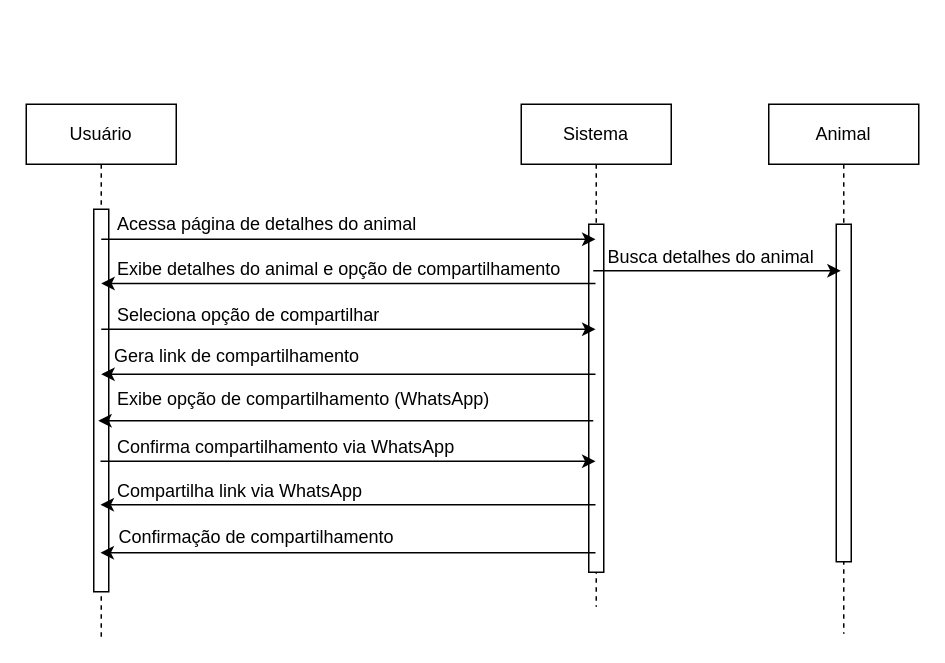
Before: Diagrama de Sequência(RF009).drawio in JoaoGans/DRAW.tcc, a draw.io diagram. Source tidied: cells renumbered, new cells numbered last; positions are measured from the earlier drawing's top-left corner, leaving out a move shared by most shapes. Both pictures are drawn from the tidied source at 150%, with x=0, y=0 at pixel (26, 104).
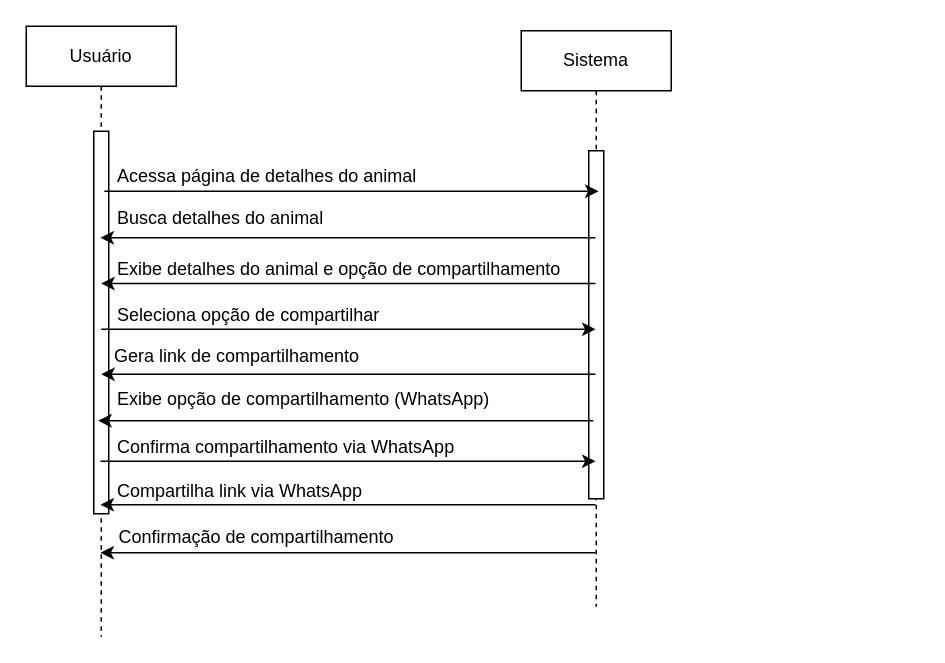
Above is the later version.

What changed in the source:
```diff
@@
     <mxCell id="2" value="Usuário" style="shape=umlLifeline;perimeter=lifelinePerimeter;whiteSpace=wrap;html=1;newEdgeStyle={&quot;edgeStyle&quot;:&quot;elbowEdgeStyle&quot;,&quot;elbow&quot;:&quot;vertical&quot;,&quot;curved&quot;:0,&quot;rounded&quot;:0};" parent="1" vertex="1">
-      <mxGeometry width="100" height="355" as="geometry" />
+      <mxGeometry y="-52" width="100" height="407" as="geometry" />
     </mxCell>
@@
     <mxCell id="4" value="Sistema" style="shape=umlLifeline;perimeter=lifelinePerimeter;whiteSpace=wrap;html=1;outlineConnect=0;portConstraint=eastwest;newEdgeStyle={&quot;edgeStyle&quot;:&quot;elbowEdgeStyle&quot;,&quot;elbow&quot;:&quot;vertical&quot;,&quot;curved&quot;:0,&quot;rounded&quot;:0};" parent="1" vertex="1">
-      <mxGeometry x="330" width="100" height="335" as="geometry" />
+      <mxGeometry x="330" y="-49" width="100" height="384" as="geometry" />
     </mxCell>
@@
-    <mxCell id="6" style="endArrow=classic;html=1;rounded=0;" parent="1" edge="1" target="4">
+    <mxCell id="6" style="endArrow=classic;html=1;rounded=0;" parent="1" edge="1">
       <mxGeometry relative="1" as="geometry">
-        <mxPoint x="50" y="90" as="sourcePoint" />
+        <mxPoint x="52" y="58" as="sourcePoint" />
+        <mxPoint x="381.5" y="58" as="targetPoint" />
       </mxGeometry>
     </mxCell>
@@
     <mxCell id="8" value="Acessa página de detalhes do animal" style="text;whiteSpace=wrap;html=1;" parent="1" vertex="1">
-      <mxGeometry x="59" y="66" width="212" height="24" as="geometry" />
+      <mxGeometry x="59" y="34" width="212" height="24" as="geometry" />
     </mxCell>
@@
-    <mxCell id="16" value="Animal" style="shape=umlLifeline;perimeter=lifelinePerimeter;whiteSpace=wrap;html=1;newEdgeStyle={&quot;edgeStyle&quot;:&quot;elbowEdgeStyle&quot;,&quot;elbow&quot;:&quot;vertical&quot;,&quot;curved&quot;:0,&quot;rounded&quot;:0};" parent="1" vertex="1">
-      <mxGeometry x="495" width="100" height="353" as="geometry" />
-    </mxCell>
-    <mxCell id="17" style="html=1;perimeter=orthogonalPerimeter;targetShapes=umlLifeline;newEdgeStyle={&quot;edgeStyle&quot;:&quot;elbowEdgeStyle&quot;,&quot;elbow&quot;:&quot;vertical&quot;,&quot;curved&quot;:0,&quot;rounded&quot;:0};" parent="16" vertex="1">
-      <mxGeometry x="45" y="80" width="10" height="225" as="geometry" />
-    </mxCell>
     <mxCell id="18" value="Busca detalhes do animal" style="text;whiteSpace=wrap;" parent="1" vertex="1">
-      <mxGeometry x="386" y="88" width="165" height="36" as="geometry" />
+      <mxGeometry x="59" y="62" width="165" height="36" as="geometry" />
     </mxCell>
@@
     <mxCell id="23" style="endArrow=classic;html=1;rounded=0;" parent="1" edge="1">
       <mxGeometry relative="1" as="geometry">
-        <mxPoint x="378" y="111" as="sourcePoint" />
-        <mxPoint x="543" y="111" as="targetPoint" />
+        <mxPoint x="379.5" y="89" as="sourcePoint" />
+        <mxPoint x="49.5" y="89" as="targetPoint" />
       </mxGeometry>
     </mxCell>
```
